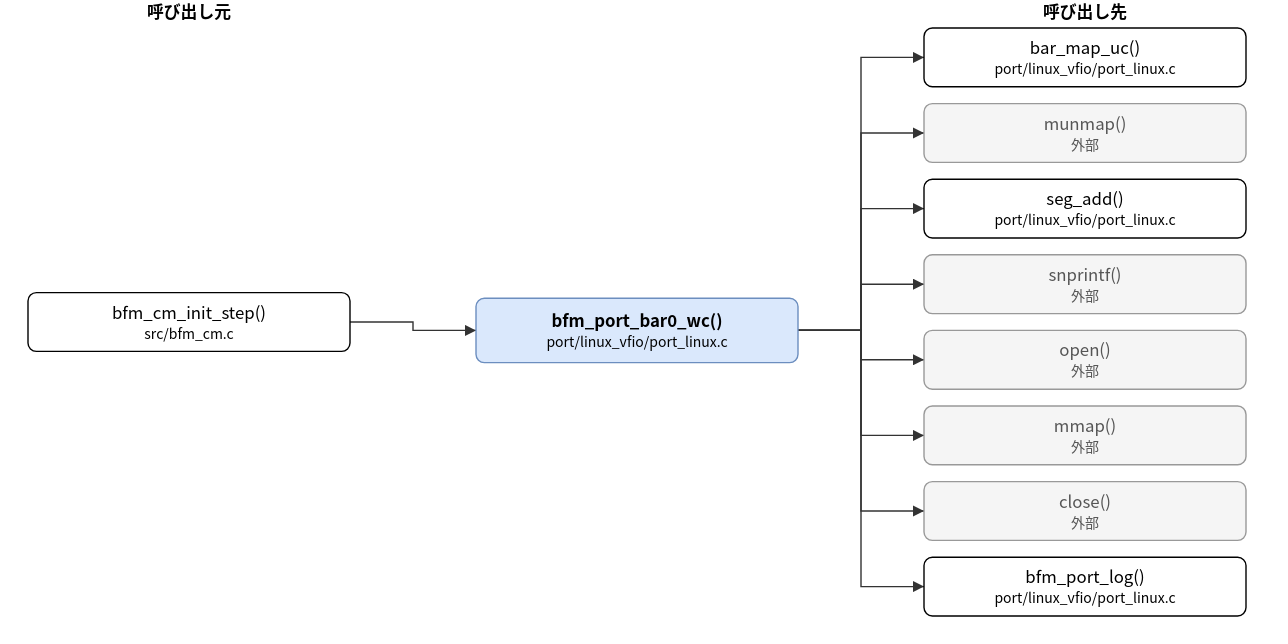
The draw.io diagram doc/spec/images/call_port_linux_vfio_port_linux-bfm_port_bar0_wc.drawio.svg in hf355051012-ai/bfmem, before a commit. Source tidied: cells renumbered, new cells last; positions are measured from the earlier drawing's top-left corner, leaving out a move shared by most shapes.
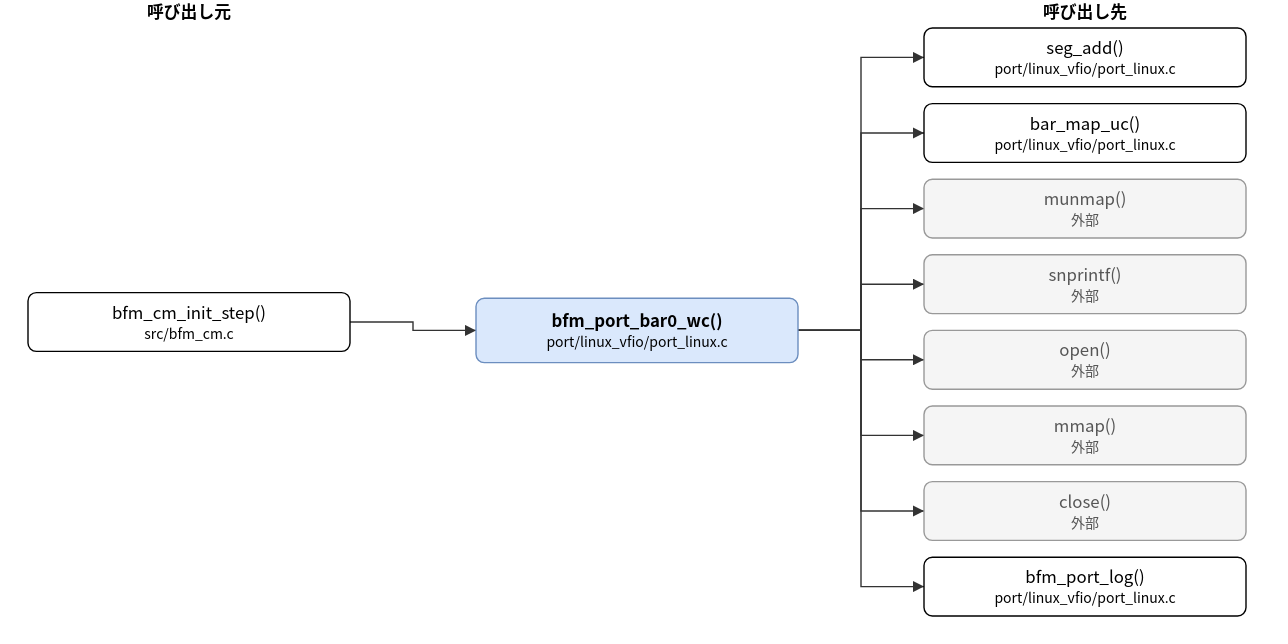
After the change.

Change to the diagram source:
```diff
@@ -8,13 +8,13 @@
     <mxCell id="3" value="bfm_cm_init_step()&lt;br&gt;&lt;font style=&quot;font-size:10px&quot;&gt;src/bfm_cm.c&lt;/font&gt;" style="rounded=1;whiteSpace=wrap;html=1;" parent="1" vertex="1">
       <mxGeometry y="209" width="230" height="42" as="geometry" />
     </mxCell>
-    <mxCell id="4" value="bar_map_uc()&lt;br&gt;&lt;font style=&quot;font-size:10px&quot;&gt;port/linux_vfio/port_linux.c&lt;/font&gt;" style="rounded=1;whiteSpace=wrap;html=1;" parent="1" vertex="1">
+    <mxCell id="4" value="seg_add()&lt;br&gt;&lt;font style=&quot;font-size:10px&quot;&gt;port/linux_vfio/port_linux.c&lt;/font&gt;" style="rounded=1;whiteSpace=wrap;html=1;" parent="1" vertex="1">
       <mxGeometry x="640" y="20" width="230" height="42" as="geometry" />
     </mxCell>
-    <mxCell id="5" value="munmap()&lt;br&gt;&lt;font style=&quot;font-size:10px&quot;&gt;外部&lt;/font&gt;" style="rounded=1;whiteSpace=wrap;html=1;fillColor=#f5f5f5;strokeColor=#999999;fontColor=#555555;" parent="1" vertex="1">
+    <mxCell id="5" value="bar_map_uc()&lt;br&gt;&lt;font style=&quot;font-size:10px&quot;&gt;port/linux_vfio/port_linux.c&lt;/font&gt;" style="rounded=1;whiteSpace=wrap;html=1;" parent="1" vertex="1">
       <mxGeometry x="640" y="74" width="230" height="42" as="geometry" />
     </mxCell>
-    <mxCell id="6" value="seg_add()&lt;br&gt;&lt;font style=&quot;font-size:10px&quot;&gt;port/linux_vfio/port_linux.c&lt;/font&gt;" style="rounded=1;whiteSpace=wrap;html=1;" parent="1" vertex="1">
+    <mxCell id="6" value="munmap()&lt;br&gt;&lt;font style=&quot;font-size:10px&quot;&gt;外部&lt;/font&gt;" style="rounded=1;whiteSpace=wrap;html=1;fillColor=#f5f5f5;strokeColor=#999999;fontColor=#555555;" parent="1" vertex="1">
       <mxGeometry x="640" y="128" width="230" height="42" as="geometry" />
     </mxCell>
     <mxCell id="7" value="snprintf()&lt;br&gt;&lt;font style=&quot;font-size:10px&quot;&gt;外部&lt;/font&gt;" style="rounded=1;whiteSpace=wrap;html=1;fillColor=#f5f5f5;strokeColor=#999999;fontColor=#555555;" parent="1" vertex="1">
```
